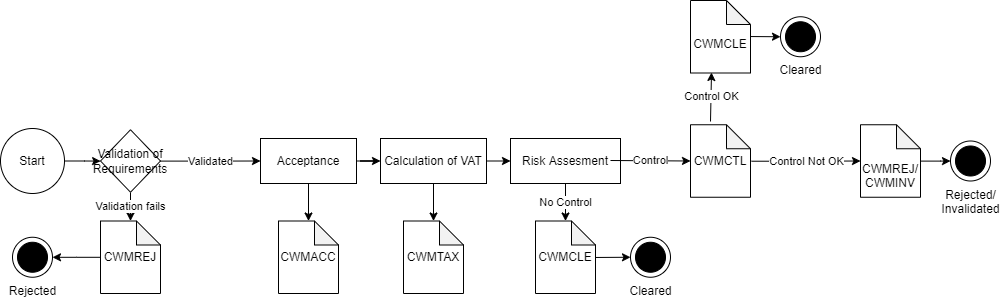
Earlier version of the draw.io export Flows/ima.png (skat/dms-public). Source tidied: cells renumbered, new cells last; positions are measured from the earlier drawing's top-left corner, leaving out a move shared by most shapes.
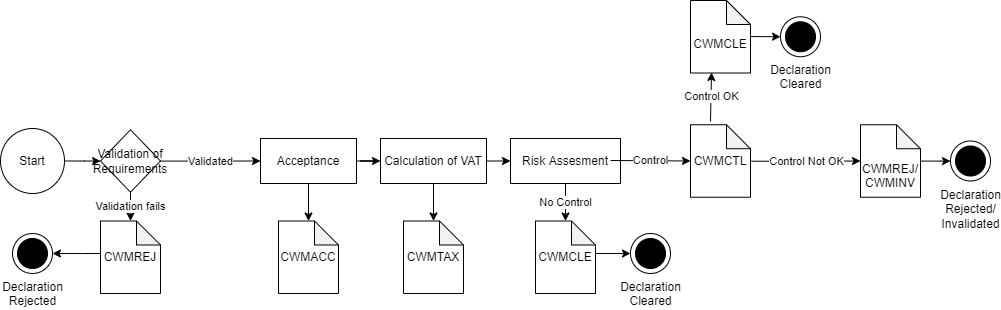
Above is the later version.

Diff of the diagram source:
```diff
@@ -2,8 +2,8 @@
   <root>
     <mxCell id="0" />
     <mxCell id="1" parent="0" />
-    <mxCell id="2" value="Rejected" style="shape=mxgraph.sysml.actFinal;html=1;verticalLabelPosition=bottom;labelBackgroundColor=#ffffff;verticalAlign=top;" parent="1" vertex="1">
-      <mxGeometry x="12" y="236.8" width="40" height="40" as="geometry" />
+    <mxCell id="2" value="Declaration&lt;br&gt;Rejected" style="shape=mxgraph.sysml.actFinal;html=1;verticalLabelPosition=bottom;labelBackgroundColor=#ffffff;verticalAlign=top;" parent="1" vertex="1">
+      <mxGeometry x="12" y="233" width="40" height="40" as="geometry" />
     </mxCell>
     <mxCell id="3" style="edgeStyle=orthogonalEdgeStyle;rounded=0;jettySize=auto;html=1;" parent="1" edge="1" source="4" target="29">
       <mxGeometry relative="1" as="geometry" />
@@ -49,11 +49,13 @@
         <mxPoint x="610" y="160" as="sourcePoint" />
       </mxGeometry>
     </mxCell>
-    <mxCell id="17" value="Cleared" style="shape=mxgraph.sysml.actFinal;html=1;verticalLabelPosition=bottom;labelBackgroundColor=#ffffff;verticalAlign=top;" parent="1" vertex="1">
-      <mxGeometry x="630" y="236.8" width="40" height="40" as="geometry" />
+    <mxCell id="17" value="Declaration&lt;br&gt;Cleared" style="shape=mxgraph.sysml.actFinal;html=1;verticalLabelPosition=bottom;labelBackgroundColor=#ffffff;verticalAlign=top;" parent="1" vertex="1">
+      <mxGeometry x="630" y="233" width="40" height="40" as="geometry" />
     </mxCell>
-    <mxCell id="18" style="endArrow=classic;html=1;rounded=0;entryX=0;entryY=0.5;entryDx=0;entryDy=0;entryPerimeter=0;exitX=1;exitY=0.503;exitDx=0;exitDy=0;exitPerimeter=0;" parent="1" edge="1" source="28" target="17">
-      <mxGeometry relative="1" as="geometry" />
+    <mxCell id="18" style="endArrow=classic;html=1;rounded=0;entryX=0;entryY=0.5;entryDx=0;entryDy=0;entryPerimeter=0;" parent="1" edge="1" target="17">
+      <mxGeometry relative="1" as="geometry">
+        <mxPoint x="590" y="253" as="sourcePoint" />
+      </mxGeometry>
     </mxCell>
     <mxCell id="19" value="Control Not OK" style="edgeStyle=orthogonalEdgeStyle;rounded=0;jettySize=auto;html=1;exitX=1.017;exitY=0.503;exitDx=0;exitDy=0;exitPerimeter=0;entryX=0;entryY=0.5;entryDx=0;entryDy=0;entryPerimeter=0;" parent="1" edge="1" source="27" target="25">
       <mxGeometry relative="1" as="geometry" />
@@ -63,13 +65,13 @@
         <mxPoint x="710" y="121" as="sourcePoint" />
       </mxGeometry>
     </mxCell>
-    <mxCell id="21" value="Cleared" style="shape=mxgraph.sysml.actFinal;html=1;verticalLabelPosition=bottom;labelBackgroundColor=#ffffff;verticalAlign=top;" parent="1" vertex="1">
+    <mxCell id="21" value="Declaration&lt;br&gt;Cleared" style="shape=mxgraph.sysml.actFinal;html=1;verticalLabelPosition=bottom;labelBackgroundColor=#ffffff;verticalAlign=top;" parent="1" vertex="1">
       <mxGeometry x="780" y="16.2" width="40" height="40" as="geometry" />
     </mxCell>
     <mxCell id="22" style="endArrow=classic;html=1;rounded=0;entryX=0;entryY=0.5;entryDx=0;entryDy=0;entryPerimeter=0;exitX=0.983;exitY=0.497;exitDx=0;exitDy=0;exitPerimeter=0;" parent="1" edge="1" source="26" target="21">
       <mxGeometry relative="1" as="geometry" />
     </mxCell>
-    <mxCell id="23" value="Rejected/&lt;br&gt;Invalidated" style="shape=mxgraph.sysml.actFinal;html=1;verticalLabelPosition=bottom;labelBackgroundColor=#ffffff;verticalAlign=top;" parent="1" vertex="1">
+    <mxCell id="23" value="Declaration&lt;br&gt;Rejected/&lt;br&gt;Invalidated" style="shape=mxgraph.sysml.actFinal;html=1;verticalLabelPosition=bottom;labelBackgroundColor=#ffffff;verticalAlign=top;" parent="1" vertex="1">
       <mxGeometry x="950" y="140.5" width="40" height="40" as="geometry" />
     </mxCell>
     <mxCell id="24" style="edgeStyle=orthogonalEdgeStyle;rounded=0;jettySize=auto;html=1;" parent="1" edge="1" source="25" target="23">
@@ -94,7 +96,12 @@
       <mxGeometry x="278" y="220.5" width="60" height="72.5" as="geometry" />
     </mxCell>
     <mxCell id="31" style="edgeStyle=orthogonalEdgeStyle;rounded=0;jettySize=auto;html=1;" parent="1" edge="1" source="32" target="2">
-      <mxGeometry relative="1" as="geometry" />
+      <mxGeometry relative="1" as="geometry">
+        <Array as="points">
+          <mxPoint x="80" y="253" />
+          <mxPoint x="80" y="253" />
+        </Array>
+      </mxGeometry>
     </mxCell>
     <mxCell id="32" value="CWMREJ" style="shape=note;whiteSpace=wrap;html=1;backgroundOutline=1;darkOpacity=0.05;size=24;" parent="1" vertex="1">
       <mxGeometry x="100" y="220.5" width="60" height="72.5" as="geometry" />
```
